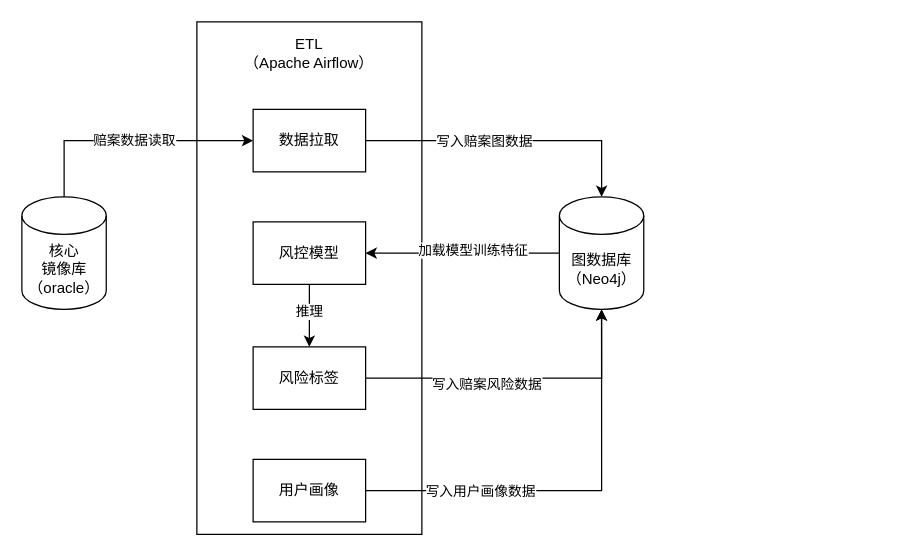
Before: 太平/taiping-dataflow.drawio in XiaoLiuAI/diagrams, a draw.io diagram. Source tidied: cells renumbered, new cells numbered last; positions are measured from the earlier drawing's top-left corner, leaving out a move shared by most shapes. Both pictures are drawn from the tidied source at 125%, with x=0, y=0 at pixel (21, 21).
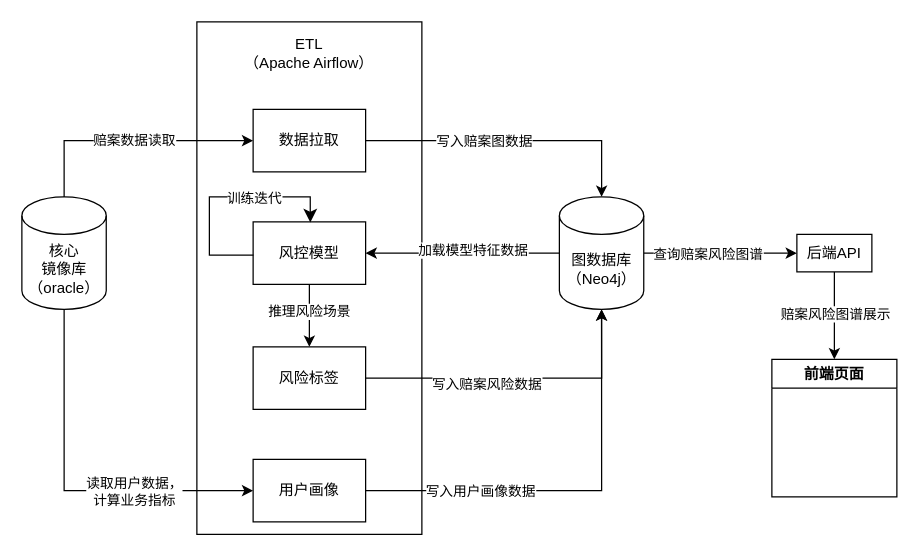
Above is the later version.

Unchanged cells that the change refers to:
```xml
<mxCell id="5" value="核心&lt;br&gt;镜像库&lt;br&gt;（oracle）" style="shape=cylinder3;whiteSpace=wrap;html=1;boundedLbl=1;backgroundOutline=1;size=15;" parent="1" vertex="1">
  <mxGeometry y="140" width="67.5" height="90" as="geometry" />
</mxCell>
<mxCell id="9" style="edgeStyle=orthogonalEdgeStyle;rounded=0;jettySize=auto;html=1;entryX=0.5;entryY=0;entryDx=0;entryDy=0;" parent="1" edge="1" source="11" target="12">
  <mxGeometry relative="1" as="geometry" />
</mxCell>
<mxCell id="11" value="风控模型" style="rounded=0;whiteSpace=wrap;html=1;" parent="1" vertex="1">
  <mxGeometry x="185" y="160" width="90" height="50" as="geometry" />
</mxCell>
<mxCell id="13" value="用户画像" style="rounded=0;whiteSpace=wrap;html=1;" parent="1" vertex="1">
  <mxGeometry x="185" y="350" width="90" height="50" as="geometry" />
</mxCell>
<mxCell id="15" style="edgeStyle=orthogonalEdgeStyle;rounded=0;jettySize=auto;html=1;entryX=1;entryY=0.5;entryDx=0;entryDy=0;" parent="1" edge="1" source="17" target="11">
  <mxGeometry relative="1" as="geometry" />
</mxCell>
<mxCell id="17" value="图数据库&lt;br&gt;（Neo4j）" style="shape=cylinder3;whiteSpace=wrap;html=1;boundedLbl=1;backgroundOutline=1;size=15;" parent="1" vertex="1">
  <mxGeometry x="430" y="140" width="67.5" height="90" as="geometry" />
</mxCell>
```

The edit, as a diff of the source:
```diff
@@
+    <mxCell id="22" style="edgeStyle=orthogonalEdgeStyle;rounded=0;jettySize=auto;html=1;entryX=0;entryY=0.5;entryDx=0;entryDy=0;" parent="1" edge="1" source="5" target="13">
+      <mxGeometry relative="1" as="geometry">
+        <Array as="points">
+          <mxPoint x="34" y="375" />
+        </Array>
+      </mxGeometry>
+    </mxCell>
+    <mxCell id="23" value="读取用户数据，&lt;br&gt;计算业务指标" style="edgeLabel;html=1;align=center;verticalAlign=middle;" parent="22" vertex="1">
+      <mxGeometry x="0.24" y="3" relative="1" as="geometry">
+        <mxPoint x="17" y="3" as="offset" />
+      </mxGeometry>
+    </mxCell>
@@
-    <mxCell id="10" value="推理" style="edgeLabel;html=1;align=center;verticalAlign=middle;" parent="9" vertex="1">
+    <mxCell id="10" value="推理风险场景" style="edgeLabel;html=1;align=center;verticalAlign=middle;" parent="9" vertex="1">
       <mxGeometry x="-0.16" y="-1" relative="1" as="geometry" />
     </mxCell>
@@
-    <mxCell id="16" value="加载模型训练特征" style="edgeLabel;html=1;align=center;verticalAlign=middle;" parent="15" vertex="1">
+    <mxCell id="16" value="加载模型特征数据" style="edgeLabel;html=1;align=center;verticalAlign=middle;" parent="15" vertex="1">
       <mxGeometry x="-0.08" y="-3" relative="1" as="geometry">
         <mxPoint x="1" as="offset" />
       </mxGeometry>
     </mxCell>
+    <mxCell id="24" style="edgeStyle=orthogonalEdgeStyle;rounded=0;jettySize=auto;html=1;" parent="1" edge="1" source="17" target="28">
+      <mxGeometry relative="1" as="geometry" />
+    </mxCell>
+    <mxCell id="25" value="查询赔案风险图谱" style="edgeLabel;html=1;align=center;verticalAlign=middle;" parent="24" vertex="1">
+      <mxGeometry x="-0.16" relative="1" as="geometry" />
+    </mxCell>
@@
+    <mxCell id="26" style="edgeStyle=orthogonalEdgeStyle;rounded=0;jettySize=auto;html=1;entryX=0.5;entryY=0;entryDx=0;entryDy=0;" parent="1" edge="1" source="28" target="29">
+      <mxGeometry relative="1" as="geometry" />
+    </mxCell>
+    <mxCell id="27" value="赔案风险图谱展示" style="edgeLabel;html=1;align=center;verticalAlign=middle;" parent="26" vertex="1">
+      <mxGeometry x="-0.05" relative="1" as="geometry" />
+    </mxCell>
+    <mxCell id="28" value="后端API" style="rounded=0;whiteSpace=wrap;html=1;" parent="1" vertex="1">
+      <mxGeometry x="620" y="170" width="60" height="30" as="geometry" />
+    </mxCell>
+    <mxCell id="29" value="前端页面" style="swimlane;whiteSpace=wrap;html=1;" parent="1" vertex="1">
+      <mxGeometry x="600" y="270" width="100" height="110" as="geometry" />
+    </mxCell>
+    <mxCell id="30" style="edgeStyle=segmentEdgeStyle;endArrow=classic;html=1;curved=0;rounded=0;endSize=8;startSize=8;exitX=0.003;exitY=0.532;exitDx=0;exitDy=0;exitPerimeter=0;entryX=0.508;entryY=0.009;entryDx=0;entryDy=0;entryPerimeter=0;" parent="1" edge="1" source="11" target="11">
+      <mxGeometry relative="1" as="geometry">
+        <Array as="points">
+          <mxPoint x="150" y="187" />
+          <mxPoint x="150" y="140" />
+          <mxPoint x="231" y="140" />
+        </Array>
+      </mxGeometry>
+    </mxCell>
+    <mxCell id="31" value="训练迭代" style="edgeLabel;html=1;align=center;verticalAlign=middle;" parent="30" vertex="1">
+      <mxGeometry x="0.06" relative="1" as="geometry">
+        <mxPoint x="20" as="offset" />
+      </mxGeometry>
+    </mxCell>
```
